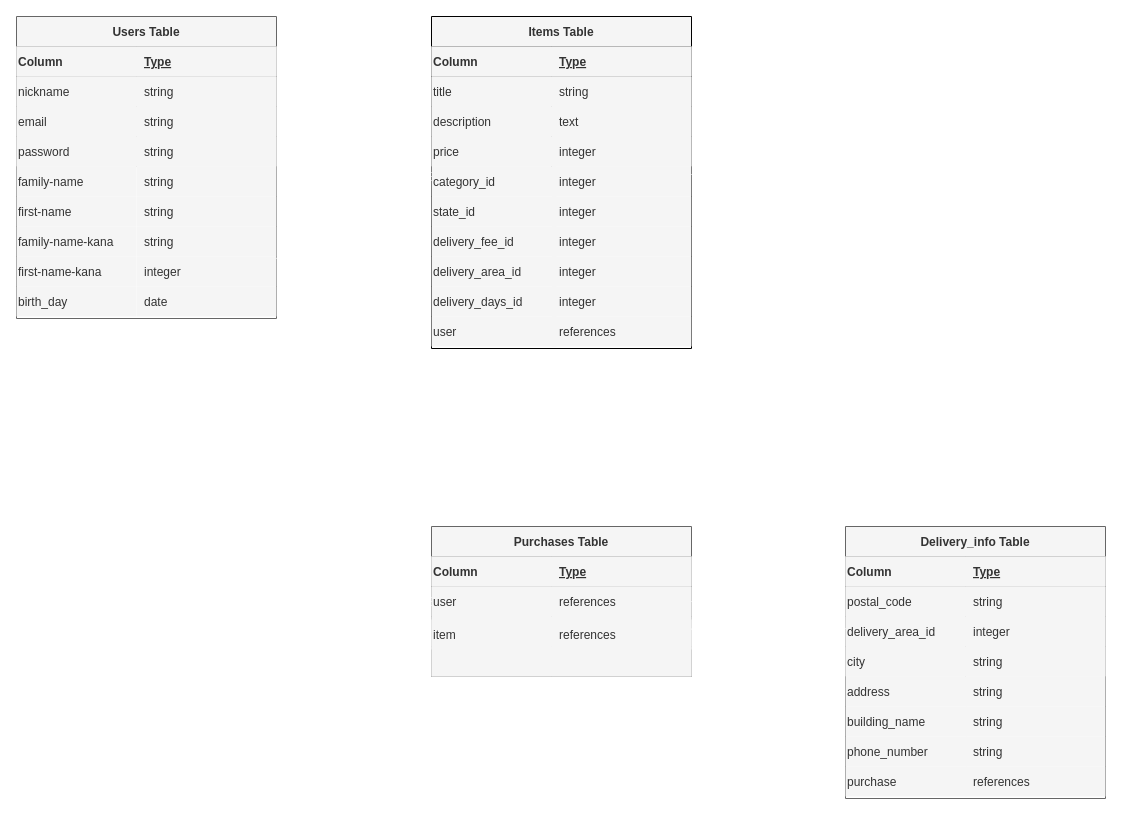
Before: furima.dio in subarunoko/furima-31968, a draw.io diagram. Source tidied: cells renumbered, new cells numbered last; positions are measured from the earlier drawing's top-left corner, leaving out a move shared by most shapes. Both pictures are drawn from the tidied source at 100%, with x=0, y=0 at pixel (16, 16).
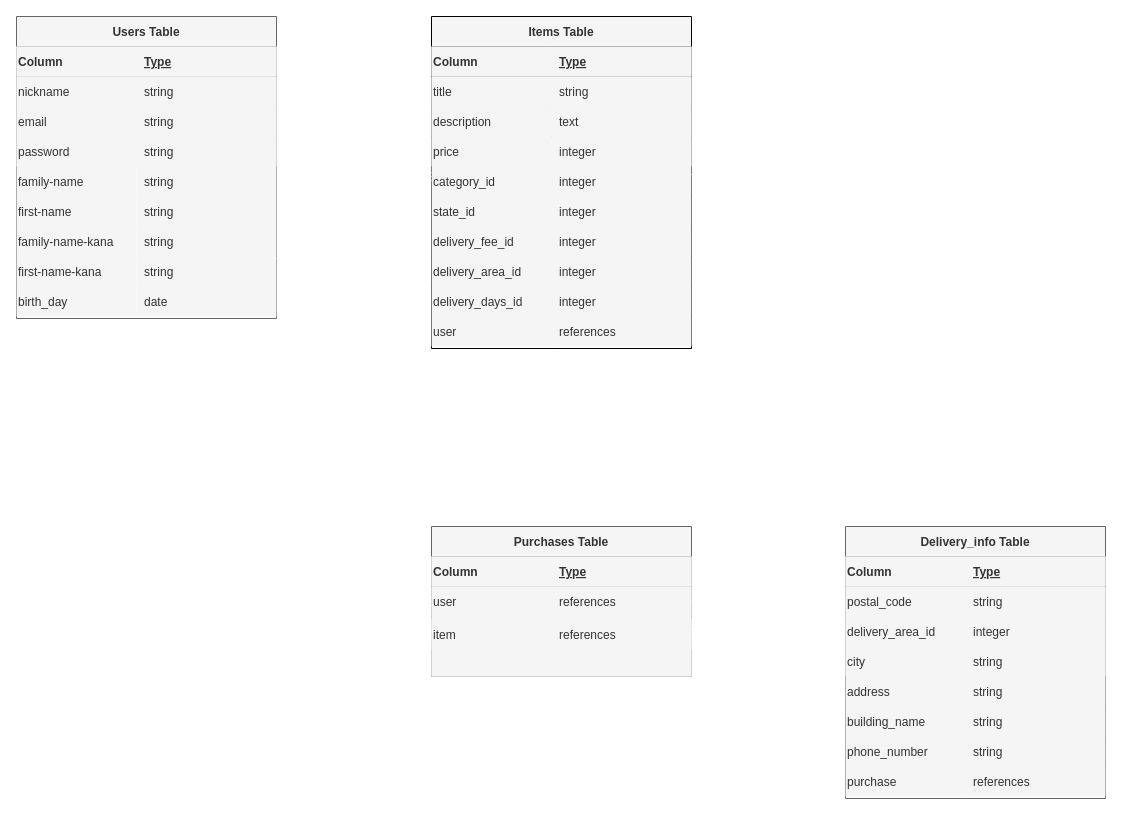
The same page after the edit.

The edit, as a diff of the source:
```diff
@@
-    <mxCell id="23" value="integer" style="shape=partialRectangle;fillColor=#f5f5f5;top=0;left=0;bottom=0;right=0;align=left;spacingLeft=6;overflow=hidden;strokeColor=#666666;fontColor=#333333;" parent="1" vertex="1">
+    <mxCell id="23" value="string" style="shape=partialRectangle;fillColor=#f5f5f5;top=0;left=0;bottom=0;right=0;align=left;spacingLeft=6;overflow=hidden;strokeColor=#666666;fontColor=#333333;" parent="1" vertex="1">
       <mxGeometry x="120" y="240" width="140" height="30" as="geometry" />
     </mxCell>
```
